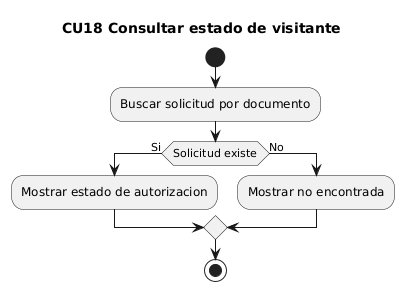
The PlantUML diagram docs/uml/render/actividades_cu/CU18_actividad_consultar_estado_visitante.png in maranavard/SISTEMA-COMPUTACIONAL-PARA-LA-GESTION-Y-CONTROL-DE-ACCESO-DE-AUTOMOVILES-M-DULO-WEB, before a commit. Its diagram source:
```plantuml
@startuml
title CU18 Consultar estado de visitante
start
:Buscar solicitud por documento;
if (Solicitud existe) then (Si)
  :Mostrar estado de autorizacion;
else (No)
  :Mostrar no encontrada;
endif
stop
@enduml
```
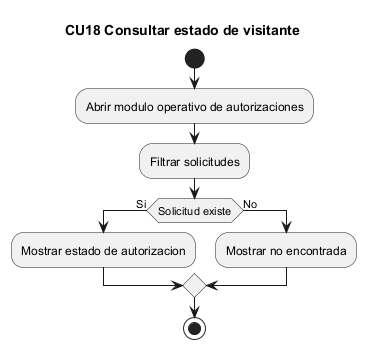
The same file after the commit.

What changed in the source:
```diff
@@ -1,7 +1,8 @@
-@startuml
+@startuml CU18_actividad_consultar_estado_visitante
 title CU18 Consultar estado de visitante
 start
-:Buscar solicitud por documento;
+:Abrir modulo operativo de autorizaciones;
+:Filtrar solicitudes;
 if (Solicitud existe) then (Si)
   :Mostrar estado de autorizacion;
 else (No)
```
